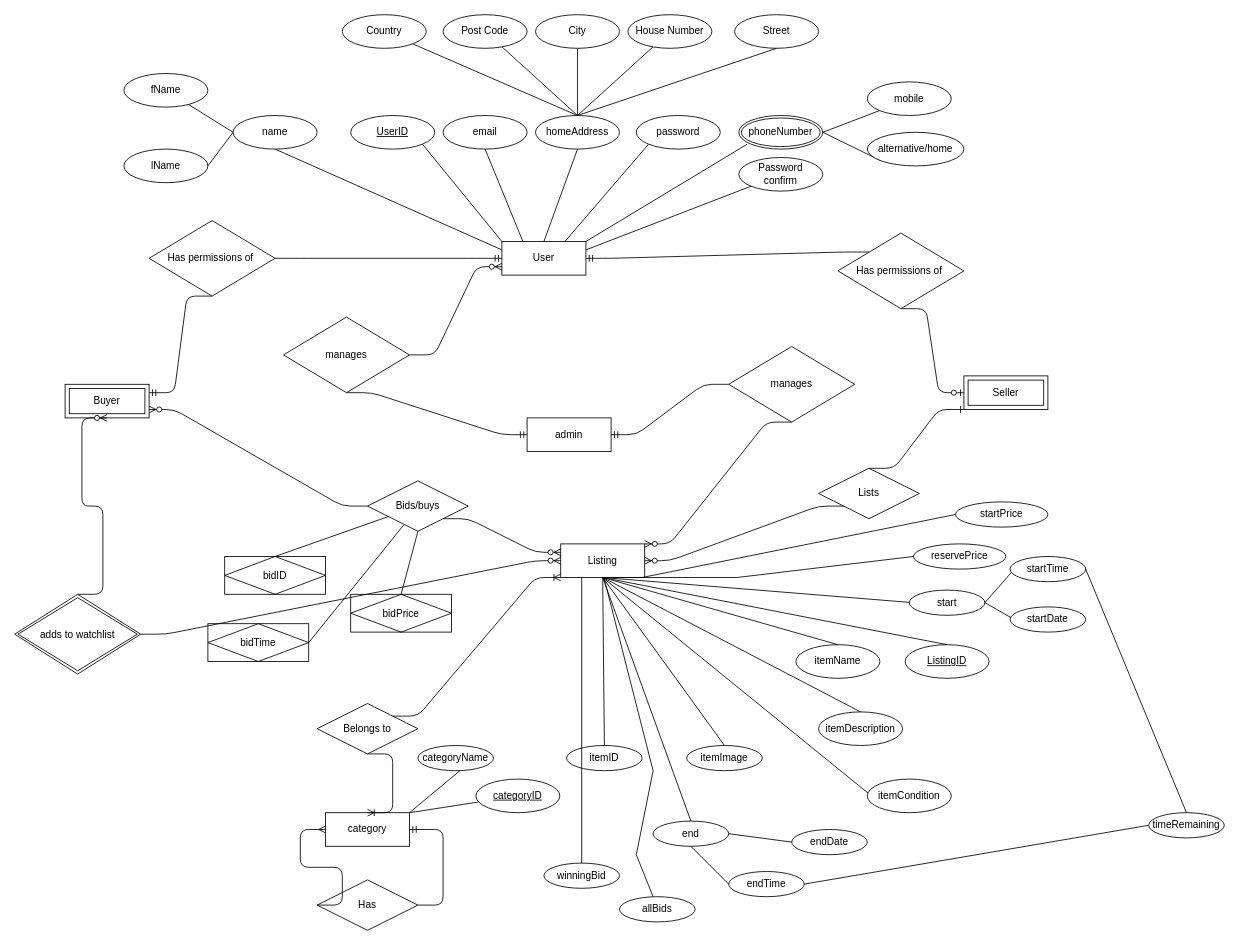
Above: draft2.drawio in rwshaw/Auction-Website (draw.io), before the change. Source tidied: cells renumbered, new cells numbered last; positions are measured from the earlier drawing's top-left corner, leaving out a move shared by most shapes. Both pictures are drawn from the tidied source at 84%, with x=0, y=0 at pixel (14, 14).
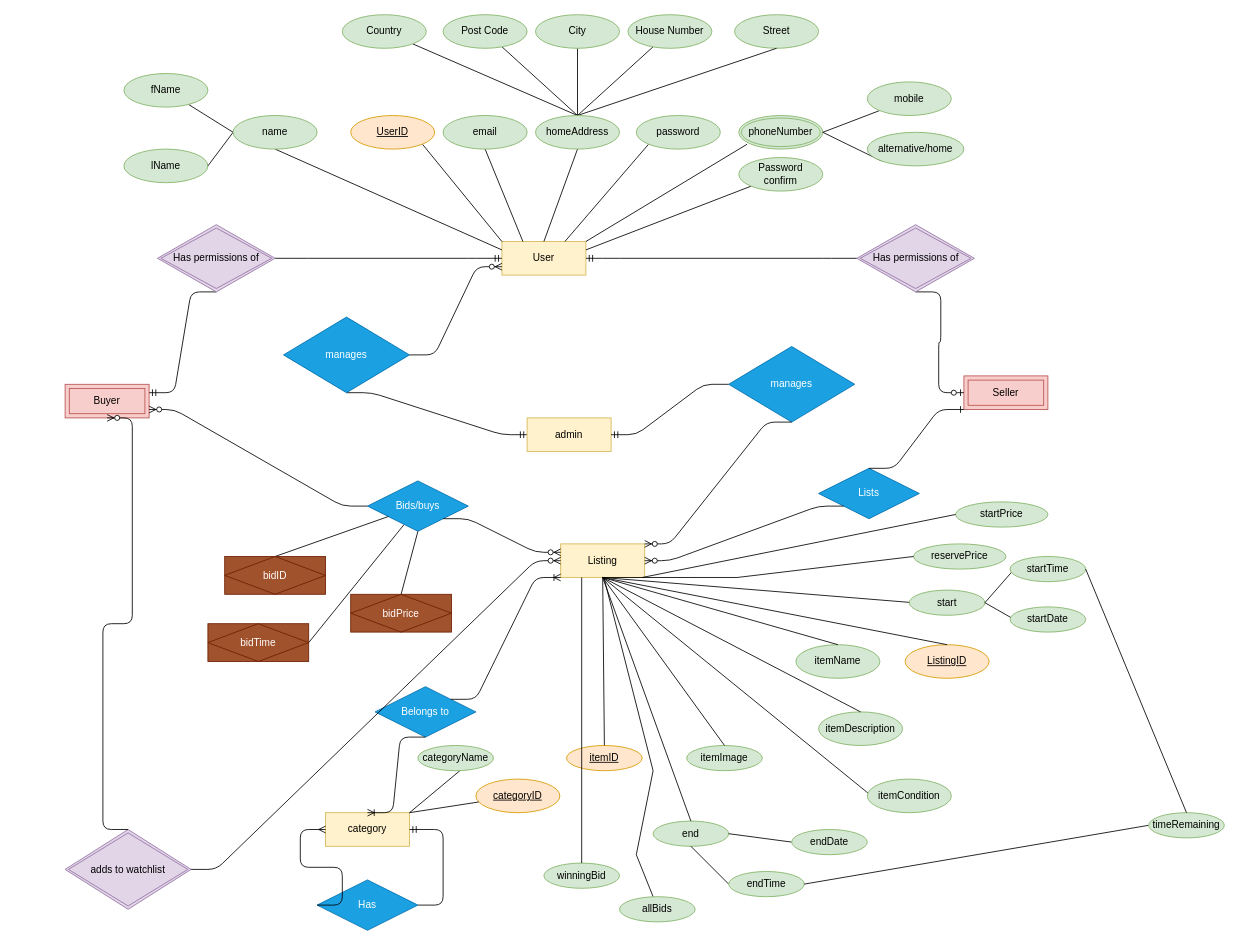
The same page after the edit.

Change to the diagram source:
```diff
@@
-    <mxCell id="2" value="User" style="whiteSpace=wrap;html=1;align=center;" parent="1" vertex="1">
+    <mxCell id="2" value="User" style="whiteSpace=wrap;html=1;align=center;fillColor=#fff2cc;strokeColor=#d6b656;" parent="1" vertex="1">
       <mxGeometry x="580" y="270" width="100" height="40" as="geometry" />
     </mxCell>
-    <mxCell id="3" value="Seller" style="shape=ext;margin=3;double=1;whiteSpace=wrap;html=1;align=center;" parent="1" vertex="1">
+    <mxCell id="3" value="Seller" style="shape=ext;margin=3;double=1;whiteSpace=wrap;html=1;align=center;fillColor=#f8cecc;strokeColor=#b85450;" parent="1" vertex="1">
       <mxGeometry x="1130" y="430" width="100" height="40" as="geometry" />
     </mxCell>
-    <mxCell id="4" value="Buyer" style="shape=ext;margin=3;double=1;whiteSpace=wrap;html=1;align=center;" parent="1" vertex="1">
+    <mxCell id="4" value="Buyer" style="shape=ext;margin=3;double=1;whiteSpace=wrap;html=1;align=center;fillColor=#f8cecc;strokeColor=#b85450;" parent="1" vertex="1">
       <mxGeometry x="60" y="440" width="100" height="40" as="geometry" />
     </mxCell>
-    <mxCell id="5" style="edgeStyle=entityRelationEdgeStyle;fontSize=12;html=1;endArrow=ERzeroToOne;endFill=1;rounded=1;exitX=0.5;exitY=1;exitDx=0;exitDy=0;entryX=0;entryY=0.5;entryDx=0;entryDy=0;" parent="1" edge="1" source="70" target="3">
+    <mxCell id="5" style="edgeStyle=entityRelationEdgeStyle;fontSize=12;html=1;endArrow=ERzeroToOne;endFill=1;rounded=1;entryX=0;entryY=0.5;entryDx=0;entryDy=0;exitX=0.5;exitY=1;exitDx=0;exitDy=0;" parent="1" edge="1" source="113" target="3">
       <mxGeometry relative="1" as="geometry" />
     </mxCell>
-    <mxCell id="6" style="edgeStyle=entityRelationEdgeStyle;fontSize=12;html=1;endArrow=ERmandOne;entryX=0;entryY=0.5;entryDx=0;entryDy=0;exitX=1;exitY=0.5;exitDx=0;exitDy=0;" parent="1" edge="1" source="71" target="2">
-      <mxGeometry relative="1" as="geometry" />
+    <mxCell id="6" style="edgeStyle=entityRelationEdgeStyle;fontSize=12;html=1;endArrow=ERmandOne;entryX=0;entryY=0.5;entryDx=0;entryDy=0;exitX=1;exitY=0.5;exitDx=0;exitDy=0;" parent="1" edge="1" target="2">
+      <mxGeometry relative="1" as="geometry">
+        <mxPoint x="310" y="290" as="sourcePoint" />
+      </mxGeometry>
     </mxCell>
-    <mxCell id="7" style="edgeStyle=entityRelationEdgeStyle;fontSize=12;html=1;endArrow=ERmandOne;entryX=1;entryY=0.25;entryDx=0;entryDy=0;exitX=0.5;exitY=1;exitDx=0;exitDy=0;" parent="1" edge="1" source="71" target="4">
+    <mxCell id="7" style="edgeStyle=entityRelationEdgeStyle;fontSize=12;html=1;endArrow=ERmandOne;entryX=1;entryY=0.25;entryDx=0;entryDy=0;exitX=0.5;exitY=1;exitDx=0;exitDy=0;" parent="1" edge="1" source="112" target="4">
       <mxGeometry relative="1" as="geometry" />
     </mxCell>
-    <mxCell id="8" value="Lists" style="shape=rhombus;perimeter=rhombusPerimeter;whiteSpace=wrap;html=1;align=center;" parent="1" vertex="1">
+    <mxCell id="8" value="Lists" style="shape=rhombus;perimeter=rhombusPerimeter;whiteSpace=wrap;html=1;align=center;fillColor=#1ba1e2;strokeColor=#006EAF;fontColor=#ffffff;" parent="1" vertex="1">
       <mxGeometry x="957" y="540" width="120" height="60" as="geometry" />
     </mxCell>
-    <mxCell id="9" value="Listing" style="whiteSpace=wrap;html=1;align=center;" parent="1" vertex="1">
+    <mxCell id="9" value="Listing" style="whiteSpace=wrap;html=1;align=center;fillColor=#fff2cc;strokeColor=#d6b656;" parent="1" vertex="1">
       <mxGeometry x="650" y="630" width="100" height="40" as="geometry" />
     </mxCell>
@@
-    <mxCell id="11" style="edgeStyle=entityRelationEdgeStyle;fontSize=12;html=1;endArrow=ERmandOne;entryX=1;entryY=0.5;entryDx=0;entryDy=0;exitX=0;exitY=0;exitDx=0;exitDy=0;" parent="1" edge="1" source="70" target="2">
+    <mxCell id="11" style="edgeStyle=entityRelationEdgeStyle;fontSize=12;html=1;endArrow=ERmandOne;entryX=1;entryY=0.5;entryDx=0;entryDy=0;exitX=0;exitY=0.5;exitDx=0;exitDy=0;" parent="1" edge="1" source="113" target="2">
       <mxGeometry relative="1" as="geometry" />
     </mxCell>
-    <mxCell id="12" value="ListingID" style="ellipse;whiteSpace=wrap;html=1;align=center;fontStyle=4;" parent="1" vertex="1">
+    <mxCell id="12" value="ListingID" style="ellipse;whiteSpace=wrap;html=1;align=center;fontStyle=4;fillColor=#ffe6cc;strokeColor=#d79b00;" parent="1" vertex="1">
       <mxGeometry x="1060" y="750" width="100" height="40" as="geometry" />
     </mxCell>
@@
-    <mxCell id="15" value="itemName" style="ellipse;whiteSpace=wrap;html=1;align=center;" parent="1" vertex="1">
+    <mxCell id="15" value="itemName" style="ellipse;whiteSpace=wrap;html=1;align=center;fillColor=#d5e8d4;strokeColor=#82b366;" parent="1" vertex="1">
       <mxGeometry x="930" y="750" width="100" height="40" as="geometry" />
     </mxCell>
@@
-    <mxCell id="17" value="itemDescription" style="ellipse;whiteSpace=wrap;html=1;align=center;" parent="1" vertex="1">
+    <mxCell id="17" value="itemDescription" style="ellipse;whiteSpace=wrap;html=1;align=center;fillColor=#d5e8d4;strokeColor=#82b366;" parent="1" vertex="1">
       <mxGeometry x="957" y="830" width="100" height="40" as="geometry" />
     </mxCell>
@@
-    <mxCell id="19" value="Bids/buys" style="shape=rhombus;perimeter=rhombusPerimeter;whiteSpace=wrap;html=1;align=center;" parent="1" vertex="1">
+    <mxCell id="19" value="Bids/buys" style="shape=rhombus;perimeter=rhombusPerimeter;whiteSpace=wrap;html=1;align=center;fillColor=#1ba1e2;strokeColor=#006EAF;fontColor=#ffffff;" parent="1" vertex="1">
       <mxGeometry x="420" y="555" width="120" height="60" as="geometry" />
     </mxCell>
@@
-    <mxCell id="24" value="end" style="ellipse;whiteSpace=wrap;html=1;align=center;" parent="1" vertex="1">
+    <mxCell id="24" value="end" style="ellipse;whiteSpace=wrap;html=1;align=center;fillColor=#d5e8d4;strokeColor=#82b366;" parent="1" vertex="1">
       <mxGeometry x="760" y="960" width="90" height="30" as="geometry" />
     </mxCell>
@@
-    <mxCell id="26" value="Belongs to" style="shape=rhombus;perimeter=rhombusPerimeter;whiteSpace=wrap;html=1;align=center;" parent="1" vertex="1">
-      <mxGeometry x="360" y="820" width="120" height="60" as="geometry" />
+    <mxCell id="26" value="Belongs to" style="shape=rhombus;perimeter=rhombusPerimeter;whiteSpace=wrap;html=1;align=center;fillColor=#1ba1e2;strokeColor=#006EAF;fontColor=#ffffff;" parent="1" vertex="1">
+      <mxGeometry x="429" y="800" width="120" height="60" as="geometry" />
     </mxCell>
-    <mxCell id="27" value="category" style="whiteSpace=wrap;html=1;align=center;" parent="1" vertex="1">
+    <mxCell id="27" value="category" style="whiteSpace=wrap;html=1;align=center;fillColor=#fff2cc;strokeColor=#d6b656;" parent="1" vertex="1">
       <mxGeometry x="370" y="950" width="100" height="40" as="geometry" />
     </mxCell>
@@
-    <mxCell id="30" value="&lt;u&gt;UserID&lt;/u&gt;" style="ellipse;whiteSpace=wrap;html=1;align=center;" parent="1" vertex="1">
+    <mxCell id="30" value="&lt;u&gt;UserID&lt;/u&gt;" style="ellipse;whiteSpace=wrap;html=1;align=center;fillColor=#ffe6cc;strokeColor=#d79b00;" parent="1" vertex="1">
       <mxGeometry x="400" y="120" width="100" height="40" as="geometry" />
     </mxCell>
@@
-    <mxCell id="32" value="email" style="ellipse;whiteSpace=wrap;html=1;align=center;" parent="1" vertex="1">
+    <mxCell id="32" value="email" style="ellipse;whiteSpace=wrap;html=1;align=center;fillColor=#d5e8d4;strokeColor=#82b366;" parent="1" vertex="1">
       <mxGeometry x="510" y="120" width="100" height="40" as="geometry" />
     </mxCell>
@@
-    <mxCell id="35" value="password" style="ellipse;whiteSpace=wrap;html=1;align=center;" parent="1" vertex="1">
+    <mxCell id="35" value="password" style="ellipse;whiteSpace=wrap;html=1;align=center;fillColor=#d5e8d4;strokeColor=#82b366;" parent="1" vertex="1">
       <mxGeometry x="740" y="120" width="100" height="40" as="geometry" />
     </mxCell>
@@
-    <mxCell id="38" value="Password&lt;br&gt;confirm" style="ellipse;whiteSpace=wrap;html=1;align=center;" parent="1" vertex="1">
+    <mxCell id="38" value="Password&lt;br&gt;confirm" style="ellipse;whiteSpace=wrap;html=1;align=center;fillColor=#d5e8d4;strokeColor=#82b366;" parent="1" vertex="1">
       <mxGeometry x="862" y="170" width="100" height="40" as="geometry" />
     </mxCell>
-    <mxCell id="39" value="itemImage" style="ellipse;whiteSpace=wrap;html=1;align=center;" parent="1" vertex="1">
+    <mxCell id="39" value="itemImage" style="ellipse;whiteSpace=wrap;html=1;align=center;fillColor=#d5e8d4;strokeColor=#82b366;" parent="1" vertex="1">
       <mxGeometry x="800" y="870" width="90" height="30" as="geometry" />
     </mxCell>
@@
-    <mxCell id="41" value="reservePrice" style="ellipse;whiteSpace=wrap;html=1;align=center;" parent="1" vertex="1">
+    <mxCell id="41" value="reservePrice" style="ellipse;whiteSpace=wrap;html=1;align=center;fillColor=#d5e8d4;strokeColor=#82b366;" parent="1" vertex="1">
       <mxGeometry x="1070" y="630" width="110" height="30" as="geometry" />
     </mxCell>
@@
-    <mxCell id="43" value="itemID" style="ellipse;whiteSpace=wrap;html=1;align=center;" parent="1" vertex="1">
+    <mxCell id="43" value="&lt;u&gt;itemID&lt;/u&gt;" style="ellipse;whiteSpace=wrap;html=1;align=center;fillColor=#ffe6cc;strokeColor=#d79b00;" parent="1" vertex="1">
       <mxGeometry x="657" y="870" width="90" height="30" as="geometry" />
     </mxCell>
@@
-    <mxCell id="46" value="start" style="ellipse;whiteSpace=wrap;html=1;align=center;" parent="1" vertex="1">
+    <mxCell id="46" value="start" style="ellipse;whiteSpace=wrap;html=1;align=center;fillColor=#d5e8d4;strokeColor=#82b366;" parent="1" vertex="1">
       <mxGeometry x="1065" y="685" width="90" height="30" as="geometry" />
     </mxCell>
@@
-    <mxCell id="49" value="City" style="ellipse;whiteSpace=wrap;html=1;align=center;" parent="1" vertex="1">
+    <mxCell id="49" value="City" style="ellipse;whiteSpace=wrap;html=1;align=center;fillColor=#d5e8d4;strokeColor=#82b366;" parent="1" vertex="1">
       <mxGeometry x="620" width="100" height="40" as="geometry" />
     </mxCell>
@@
-    <mxCell id="51" value="House Number" style="ellipse;whiteSpace=wrap;html=1;align=center;" parent="1" vertex="1">
+    <mxCell id="51" value="House Number" style="ellipse;whiteSpace=wrap;html=1;align=center;fillColor=#d5e8d4;strokeColor=#82b366;" parent="1" vertex="1">
       <mxGeometry x="730" width="100" height="40" as="geometry" />
     </mxCell>
@@
-    <mxCell id="53" value="Post Code" style="ellipse;whiteSpace=wrap;html=1;align=center;" parent="1" vertex="1">
+    <mxCell id="53" value="Post Code" style="ellipse;whiteSpace=wrap;html=1;align=center;fillColor=#d5e8d4;strokeColor=#82b366;" parent="1" vertex="1">
       <mxGeometry x="510" width="100" height="40" as="geometry" />
     </mxCell>
@@
-    <mxCell id="55" value="Country" style="ellipse;whiteSpace=wrap;html=1;align=center;" parent="1" vertex="1">
+    <mxCell id="55" value="Country" style="ellipse;whiteSpace=wrap;html=1;align=center;fillColor=#d5e8d4;strokeColor=#82b366;" parent="1" vertex="1">
       <mxGeometry x="390" width="100" height="40" as="geometry" />
     </mxCell>
-    <mxCell id="56" value="phoneNumber" style="ellipse;shape=doubleEllipse;margin=3;whiteSpace=wrap;html=1;align=center;" parent="1" vertex="1">
+    <mxCell id="56" value="phoneNumber" style="ellipse;shape=doubleEllipse;margin=3;whiteSpace=wrap;html=1;align=center;fillColor=#d5e8d4;strokeColor=#82b366;" parent="1" vertex="1">
       <mxGeometry x="862" y="120" width="100" height="40" as="geometry" />
     </mxCell>
@@
-    <mxCell id="58" value="Street" style="ellipse;whiteSpace=wrap;html=1;align=center;" parent="1" vertex="1">
+    <mxCell id="58" value="Street" style="ellipse;whiteSpace=wrap;html=1;align=center;fillColor=#d5e8d4;strokeColor=#82b366;" parent="1" vertex="1">
       <mxGeometry x="857" width="100" height="40" as="geometry" />
     </mxCell>
@@
-    <mxCell id="61" value="fName" style="ellipse;whiteSpace=wrap;html=1;align=center;" parent="1" vertex="1">
+    <mxCell id="61" value="fName" style="ellipse;whiteSpace=wrap;html=1;align=center;fillColor=#d5e8d4;strokeColor=#82b366;" parent="1" vertex="1">
       <mxGeometry x="130" y="70" width="100" height="40" as="geometry" />
     </mxCell>
-    <mxCell id="62" value="lName" style="ellipse;whiteSpace=wrap;html=1;align=center;" parent="1" vertex="1">
+    <mxCell id="62" value="lName" style="ellipse;whiteSpace=wrap;html=1;align=center;fillColor=#d5e8d4;strokeColor=#82b366;" parent="1" vertex="1">
       <mxGeometry x="130" y="160" width="100" height="40" as="geometry" />
     </mxCell>
@@
-    <mxCell id="65" value="mobile" style="ellipse;whiteSpace=wrap;html=1;align=center;" parent="1" vertex="1">
+    <mxCell id="65" value="mobile" style="ellipse;whiteSpace=wrap;html=1;align=center;fillColor=#d5e8d4;strokeColor=#82b366;" parent="1" vertex="1">
       <mxGeometry x="1015" y="80" width="100" height="40" as="geometry" />
     </mxCell>
@@
-    <mxCell id="67" value="alternative/home" style="ellipse;whiteSpace=wrap;html=1;align=center;" parent="1" vertex="1">
+    <mxCell id="67" value="alternative/home" style="ellipse;whiteSpace=wrap;html=1;align=center;fillColor=#d5e8d4;strokeColor=#82b366;" parent="1" vertex="1">
       <mxGeometry x="1015" y="140" width="115" height="40" as="geometry" />
     </mxCell>
@@
-    <mxCell id="69" value="manages" style="shape=rhombus;perimeter=rhombusPerimeter;whiteSpace=wrap;html=1;align=center;" parent="1" vertex="1">
+    <mxCell id="69" value="manages" style="shape=rhombus;perimeter=rhombusPerimeter;whiteSpace=wrap;html=1;align=center;fillColor=#1ba1e2;strokeColor=#006EAF;fontColor=#ffffff;" parent="1" vertex="1">
       <mxGeometry x="320" y="360" width="150" height="90" as="geometry" />
     </mxCell>
-    <mxCell id="70" value="Has permissions of&amp;nbsp;" style="shape=rhombus;perimeter=rhombusPerimeter;whiteSpace=wrap;html=1;align=center;" parent="1" vertex="1">
-      <mxGeometry x="980" y="260" width="150" height="90" as="geometry" />
-    </mxCell>
-    <mxCell id="71" value="Has permissions of&amp;nbsp;" style="shape=rhombus;perimeter=rhombusPerimeter;whiteSpace=wrap;html=1;align=center;" parent="1" vertex="1">
-      <mxGeometry x="160" y="245" width="150" height="90" as="geometry" />
-    </mxCell>
-    <mxCell id="72" value="manages" style="shape=rhombus;perimeter=rhombusPerimeter;whiteSpace=wrap;html=1;align=center;" parent="1" vertex="1">
+    <mxCell id="72" value="manages" style="shape=rhombus;perimeter=rhombusPerimeter;whiteSpace=wrap;html=1;align=center;fillColor=#1ba1e2;strokeColor=#006EAF;fontColor=#ffffff;" parent="1" vertex="1">
       <mxGeometry x="850" y="395" width="150" height="90" as="geometry" />
     </mxCell>
-    <mxCell id="73" value="winningBid" style="ellipse;whiteSpace=wrap;html=1;align=center;" parent="1" vertex="1">
+    <mxCell id="73" value="winningBid" style="ellipse;whiteSpace=wrap;html=1;align=center;fillColor=#d5e8d4;strokeColor=#82b366;" parent="1" vertex="1">
       <mxGeometry x="630" y="1010" width="90" height="30" as="geometry" />
     </mxCell>
@@
-    <mxCell id="75" value="homeAddress" style="ellipse;whiteSpace=wrap;html=1;align=center;" parent="1" vertex="1">
+    <mxCell id="75" value="homeAddress" style="ellipse;whiteSpace=wrap;html=1;align=center;fillColor=#d5e8d4;strokeColor=#82b366;" parent="1" vertex="1">
       <mxGeometry x="620" y="120" width="100" height="40" as="geometry" />
     </mxCell>
@@
-    <mxCell id="77" value="startTime" style="ellipse;whiteSpace=wrap;html=1;align=center;" parent="1" vertex="1">
+    <mxCell id="77" value="startTime" style="ellipse;whiteSpace=wrap;html=1;align=center;fillColor=#d5e8d4;strokeColor=#82b366;" parent="1" vertex="1">
       <mxGeometry x="1185" y="645" width="90" height="30" as="geometry" />
     </mxCell>
@@
-    <mxCell id="79" value="startDate" style="ellipse;whiteSpace=wrap;html=1;align=center;" parent="1" vertex="1">
+    <mxCell id="79" value="startDate" style="ellipse;whiteSpace=wrap;html=1;align=center;fillColor=#d5e8d4;strokeColor=#82b366;" parent="1" vertex="1">
       <mxGeometry x="1185" y="705" width="90" height="30" as="geometry" />
     </mxCell>
@@
-    <mxCell id="81" value="endTime" style="ellipse;whiteSpace=wrap;html=1;align=center;" parent="1" vertex="1">
+    <mxCell id="81" value="endTime" style="ellipse;whiteSpace=wrap;html=1;align=center;fillColor=#d5e8d4;strokeColor=#82b366;" parent="1" vertex="1">
       <mxGeometry x="850" y="1020" width="90" height="30" as="geometry" />
     </mxCell>
@@
-    <mxCell id="83" value="endDate" style="ellipse;whiteSpace=wrap;html=1;align=center;" parent="1" vertex="1">
+    <mxCell id="83" value="endDate" style="ellipse;whiteSpace=wrap;html=1;align=center;fillColor=#d5e8d4;strokeColor=#82b366;" parent="1" vertex="1">
       <mxGeometry x="925" y="970" width="90" height="30" as="geometry" />
     </mxCell>
-    <mxCell id="84" value="bidID" style="shape=associativeEntity;whiteSpace=wrap;html=1;align=center;" parent="1" vertex="1">
+    <mxCell id="84" value="bidID" style="shape=associativeEntity;whiteSpace=wrap;html=1;align=center;fillColor=#a0522d;strokeColor=#6D1F00;fontColor=#ffffff;" parent="1" vertex="1">
       <mxGeometry x="250" y="645" width="120" height="45" as="geometry" />
     </mxCell>
-    <mxCell id="85" value="bidTime" style="shape=associativeEntity;whiteSpace=wrap;html=1;align=center;" parent="1" vertex="1">
+    <mxCell id="85" value="bidTime" style="shape=associativeEntity;whiteSpace=wrap;html=1;align=center;fillColor=#a0522d;strokeColor=#6D1F00;fontColor=#ffffff;" parent="1" vertex="1">
       <mxGeometry x="230" y="725" width="120" height="45" as="geometry" />
     </mxCell>
-    <mxCell id="86" value="bidPrice" style="shape=associativeEntity;whiteSpace=wrap;html=1;align=center;" parent="1" vertex="1">
+    <mxCell id="86" value="bidPrice" style="shape=associativeEntity;whiteSpace=wrap;html=1;align=center;fillColor=#a0522d;strokeColor=#6D1F00;fontColor=#ffffff;" parent="1" vertex="1">
       <mxGeometry x="400" y="690" width="120" height="45" as="geometry" />
     </mxCell>
@@
-    <mxCell id="88" value="itemCondition" style="ellipse;whiteSpace=wrap;html=1;align=center;" parent="1" vertex="1">
+    <mxCell id="88" value="itemCondition" style="ellipse;whiteSpace=wrap;html=1;align=center;fillColor=#d5e8d4;strokeColor=#82b366;" parent="1" vertex="1">
       <mxGeometry x="1015" y="910" width="100" height="40" as="geometry" />
     </mxCell>
-    <mxCell id="89" value="admin" style="whiteSpace=wrap;html=1;align=center;" parent="1" vertex="1">
+    <mxCell id="89" value="admin" style="whiteSpace=wrap;html=1;align=center;fillColor=#fff2cc;strokeColor=#d6b656;" parent="1" vertex="1">
       <mxGeometry x="610" y="480" width="100" height="40" as="geometry" />
     </mxCell>
@@
-    <mxCell id="93" value="startPrice" style="ellipse;whiteSpace=wrap;html=1;align=center;" parent="1" vertex="1">
+    <mxCell id="93" value="startPrice" style="ellipse;whiteSpace=wrap;html=1;align=center;fillColor=#d5e8d4;strokeColor=#82b366;" parent="1" vertex="1">
       <mxGeometry x="1120" y="580" width="110" height="30" as="geometry" />
     </mxCell>
@@
-    <mxCell id="96" value="Has" style="shape=rhombus;perimeter=rhombusPerimeter;whiteSpace=wrap;html=1;align=center;" parent="1" vertex="1">
+    <mxCell id="96" value="Has" style="shape=rhombus;perimeter=rhombusPerimeter;whiteSpace=wrap;html=1;align=center;fillColor=#1ba1e2;strokeColor=#006EAF;fontColor=#ffffff;" parent="1" vertex="1">
       <mxGeometry x="360" y="1030" width="120" height="60" as="geometry" />
     </mxCell>
@@
-    <mxCell id="99" value="timeRemaining" style="ellipse;whiteSpace=wrap;html=1;align=center;" parent="1" vertex="1">
+    <mxCell id="99" value="timeRemaining" style="ellipse;whiteSpace=wrap;html=1;align=center;fillColor=#d5e8d4;strokeColor=#82b366;" parent="1" vertex="1">
       <mxGeometry x="1350" y="950" width="90" height="30" as="geometry" />
     </mxCell>
@@
-    <mxCell id="102" value="allBids" style="ellipse;whiteSpace=wrap;html=1;align=center;" parent="1" vertex="1">
+    <mxCell id="102" value="allBids" style="ellipse;whiteSpace=wrap;html=1;align=center;fillColor=#d5e8d4;strokeColor=#82b366;" parent="1" vertex="1">
       <mxGeometry x="720" y="1050" width="90" height="30" as="geometry" />
     </mxCell>
-    <mxCell id="103" value="name" style="ellipse;whiteSpace=wrap;html=1;align=center;" parent="1" vertex="1">
+    <mxCell id="103" value="name" style="ellipse;whiteSpace=wrap;html=1;align=center;fillColor=#d5e8d4;strokeColor=#82b366;" parent="1" vertex="1">
       <mxGeometry x="260" y="120" width="100" height="40" as="geometry" />
     </mxCell>
@@
-    <mxCell id="106" value="categoryID" style="ellipse;whiteSpace=wrap;html=1;align=center;fontStyle=4;" parent="1" vertex="1">
+    <mxCell id="106" value="categoryID" style="ellipse;whiteSpace=wrap;html=1;align=center;fontStyle=4;fillColor=#ffe6cc;strokeColor=#d79b00;" parent="1" vertex="1">
       <mxGeometry x="549" y="910" width="100" height="40" as="geometry" />
     </mxCell>
@@
-    <mxCell id="108" value="categoryName" style="ellipse;whiteSpace=wrap;html=1;align=center;" parent="1" vertex="1">
+    <mxCell id="108" value="categoryName" style="ellipse;whiteSpace=wrap;html=1;align=center;fillColor=#d5e8d4;strokeColor=#82b366;" parent="1" vertex="1">
       <mxGeometry x="480" y="870" width="90" height="30" as="geometry" />
     </mxCell>
-    <mxCell id="109" value="adds to watchlist" style="shape=rhombus;double=1;perimeter=rhombusPerimeter;whiteSpace=wrap;html=1;align=center;shadow=0;sketch=0;strokeColor=#000000;gradientColor=none;" parent="1" vertex="1">
-      <mxGeometry y="690" width="150" height="95" as="geometry" />
+    <mxCell id="109" value="adds to watchlist" style="shape=rhombus;double=1;perimeter=rhombusPerimeter;whiteSpace=wrap;html=1;align=center;shadow=0;sketch=0;strokeColor=#9673a6;fillColor=#e1d5e7;" parent="1" vertex="1">
+      <mxGeometry x="60" y="970" width="150" height="95" as="geometry" />
     </mxCell>
@@
+    <mxCell id="112" value="Has permissions of" style="shape=rhombus;double=1;perimeter=rhombusPerimeter;whiteSpace=wrap;html=1;align=center;fillColor=#e1d5e7;strokeColor=#9673a6;" parent="1" vertex="1">
+      <mxGeometry x="170" y="250" width="140" height="80" as="geometry" />
+    </mxCell>
+    <mxCell id="113" value="Has permissions of" style="shape=rhombus;double=1;perimeter=rhombusPerimeter;whiteSpace=wrap;html=1;align=center;fillColor=#e1d5e7;strokeColor=#9673a6;" parent="1" vertex="1">
+      <mxGeometry x="1002.5" y="250" width="140" height="80" as="geometry" />
+    </mxCell>
```
